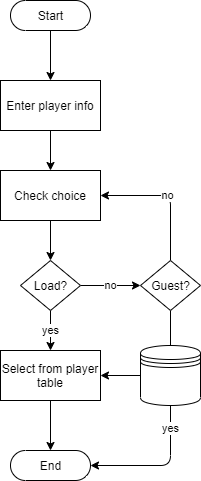
Earlier version of the draw.io export scoring/documentation/Select_Players_Logic.png (kparlak/dart-scoring-system). Source tidied: cells renumbered, new cells last; positions are measured from the earlier drawing's top-left corner, leaving out a move shared by most shapes.
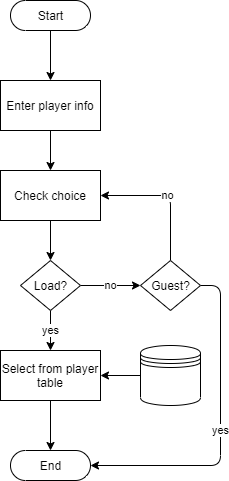
The same file after the commit.

Diff of the diagram source:
```diff
@@ -2,7 +2,7 @@
   <root>
     <mxCell id="0" />
     <mxCell id="1" parent="0" />
-    <mxCell id="2" value="yes" style="edgeStyle=orthogonalEdgeStyle;rounded=1;jettySize=auto;html=1;exitX=0.5;exitY=1;exitDx=0;exitDy=0;entryX=1;entryY=0.5;entryDx=0;entryDy=0;entryPerimeter=0;startArrow=none;startFill=0;" parent="1" edge="1" source="18" target="5">
+    <mxCell id="2" value="yes" style="edgeStyle=orthogonalEdgeStyle;rounded=1;jettySize=auto;html=1;exitX=1;exitY=0.5;exitDx=0;exitDy=0;entryX=1;entryY=0.5;entryDx=0;entryDy=0;entryPerimeter=0;startArrow=none;startFill=0;" parent="1" edge="1" source="18" target="5">
       <mxGeometry relative="1" as="geometry" />
     </mxCell>
     <mxCell id="3" style="edgeStyle=orthogonalEdgeStyle;rounded=1;jettySize=auto;html=1;exitX=0.5;exitY=0.5;exitDx=0;exitDy=15;exitPerimeter=0;entryX=0.5;entryY=0;entryDx=0;entryDy=0;startArrow=none;startFill=0;" parent="1" edge="1" source="4" target="14">
```
